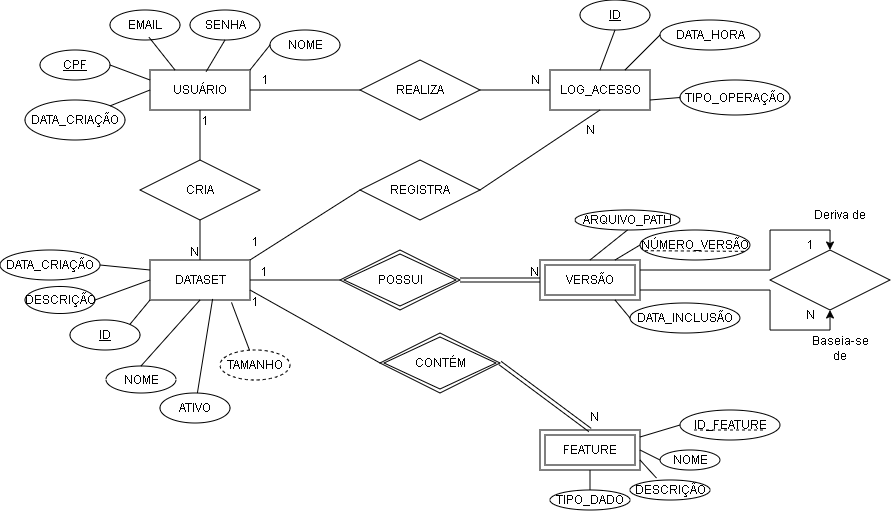
GabrielPaduan/Trabalho_Banco_de_Dados_2026 keeps this draw.io diagram as DOCS/modelo_er.drawio.png. Above is the earlier version. Source tidied: cells renumbered, new cells last; positions are measured from the earlier drawing's top-left corner, leaving out a move shared by most shapes.
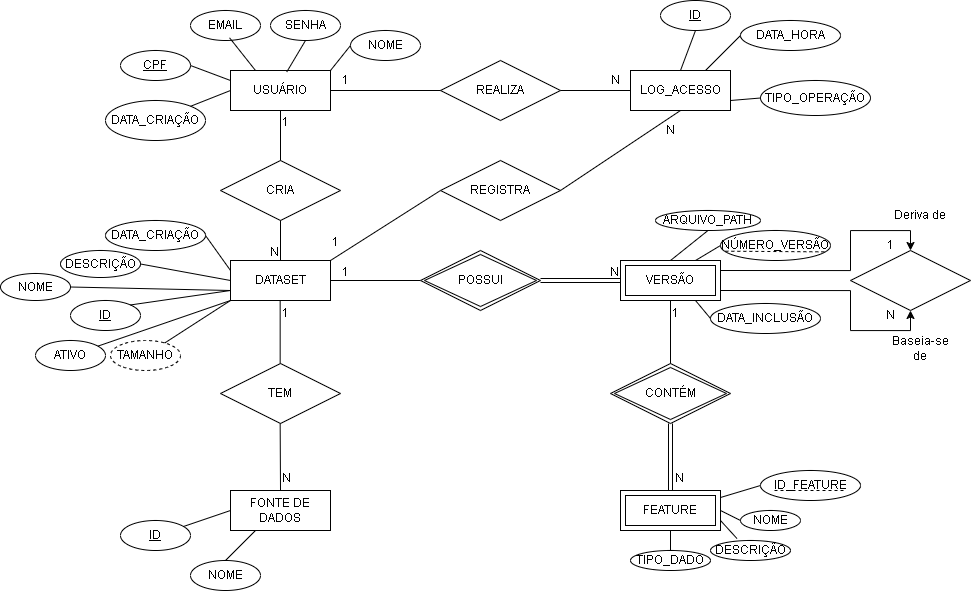
After the change.

The edit, as a diff of the source:
```diff
@@ -85,23 +85,23 @@
       <mxGeometry x="1" relative="1" as="geometry" />
     </mxCell>
     <mxCell id="24" value="FEATURE" style="shape=ext;margin=3;double=1;whiteSpace=wrap;html=1;align=center;" parent="1" vertex="1">
-      <mxGeometry x="540" y="430" width="100" height="40" as="geometry" />
+      <mxGeometry x="540" y="490" width="100" height="40" as="geometry" />
     </mxCell>
     <mxCell id="25" value="POSSUI" style="shape=rhombus;double=1;perimeter=rhombusPerimeter;whiteSpace=wrap;html=1;align=center;" parent="1" vertex="1">
       <mxGeometry x="340" y="250" width="120" height="60" as="geometry" />
     </mxCell>
     <mxCell id="26" value="CONTÉM" style="shape=rhombus;double=1;perimeter=rhombusPerimeter;whiteSpace=wrap;html=1;align=center;" parent="1" vertex="1">
-      <mxGeometry x="380" y="333" width="120" height="60" as="geometry" />
+      <mxGeometry x="530" y="363" width="120" height="60" as="geometry" />
     </mxCell>
-    <mxCell id="27" style="shape=link;html=1;rounded=0;entryX=0.5;entryY=0;entryDx=0;entryDy=0;exitX=1;exitY=0.5;exitDx=0;exitDy=0;" parent="1" edge="1" source="26" target="24">
+    <mxCell id="27" style="shape=link;html=1;rounded=0;entryX=0.5;entryY=0;entryDx=0;entryDy=0;exitX=0.5;exitY=1;exitDx=0;exitDy=0;" parent="1" edge="1" source="26" target="24">
       <mxGeometry relative="1" as="geometry" />
     </mxCell>
     <mxCell id="28" value="N" style="html=1;whiteSpace=wrap;align=right;verticalAlign=bottom;" parent="27" vertex="1">
       <mxGeometry x="1" relative="1" as="geometry">
-        <mxPoint x="10" y="-5" as="offset" />
+        <mxPoint x="15" y="-4" as="offset" />
       </mxGeometry>
     </mxCell>
-    <mxCell id="29" style="endArrow=none;html=1;rounded=0;exitX=0;exitY=0.5;exitDx=0;exitDy=0;entryX=1;entryY=0.75;entryDx=0;entryDy=0;" parent="1" edge="1" source="26" target="2">
+    <mxCell id="29" style="endArrow=none;html=1;rounded=0;exitX=0.5;exitY=0;exitDx=0;exitDy=0;entryX=0.5;entryY=1;entryDx=0;entryDy=0;" parent="1" edge="1" source="26" target="5">
       <mxGeometry relative="1" as="geometry" />
     </mxCell>
     <mxCell id="30" value="1" style="html=1;whiteSpace=wrap;align=right;verticalAlign=bottom;" parent="29" vertex="1">
@@ -158,25 +158,25 @@
       <mxGeometry relative="1" as="geometry" />
     </mxCell>
     <mxCell id="47" value="NOME" style="ellipse;whiteSpace=wrap;html=1;align=center;" parent="1" vertex="1">
-      <mxGeometry x="106" y="366" width="70" height="27" as="geometry" />
+      <mxGeometry x="-80" y="273" width="70" height="27" as="geometry" />
     </mxCell>
-    <mxCell id="48" style="endArrow=none;html=1;rounded=0;exitX=0.5;exitY=0;exitDx=0;exitDy=0;entryX=0.5;entryY=1;entryDx=0;entryDy=0;" parent="1" edge="1" source="47" target="2">
+    <mxCell id="48" style="endArrow=none;html=1;rounded=0;exitX=1;exitY=0.5;exitDx=0;exitDy=0;entryX=0;entryY=0.75;entryDx=0;entryDy=0;" parent="1" edge="1" source="47" target="2">
       <mxGeometry relative="1" as="geometry" />
     </mxCell>
     <mxCell id="49" value="ID" style="ellipse;whiteSpace=wrap;html=1;align=center;fontStyle=4;" parent="1" vertex="1">
-      <mxGeometry x="70" y="320" width="70" height="30" as="geometry" />
+      <mxGeometry x="-10" y="300" width="70" height="30" as="geometry" />
     </mxCell>
-    <mxCell id="50" style="endArrow=none;html=1;rounded=0;exitX=1;exitY=0;exitDx=0;exitDy=0;entryX=0;entryY=1;entryDx=0;entryDy=0;" parent="1" edge="1" source="49" target="2">
+    <mxCell id="50" style="endArrow=none;html=1;rounded=0;exitX=1;exitY=0;exitDx=0;exitDy=0;entryX=0;entryY=0.75;entryDx=0;entryDy=0;" parent="1" edge="1" source="49" target="2">
       <mxGeometry relative="1" as="geometry" />
     </mxCell>
     <mxCell id="51" value="DESCRIÇÃO" style="ellipse;whiteSpace=wrap;html=1;align=center;" parent="1" vertex="1">
-      <mxGeometry x="25" y="286.5" width="70" height="27" as="geometry" />
+      <mxGeometry x="-20" y="250" width="80" height="27" as="geometry" />
     </mxCell>
     <mxCell id="52" style="endArrow=none;html=1;rounded=0;exitX=1;exitY=0.5;exitDx=0;exitDy=0;entryX=0;entryY=0.5;entryDx=0;entryDy=0;" parent="1" edge="1" source="51" target="2">
       <mxGeometry relative="1" as="geometry" />
     </mxCell>
     <mxCell id="53" value="DATA_CRIAÇÃO" style="ellipse;whiteSpace=wrap;html=1;align=center;" parent="1" vertex="1">
-      <mxGeometry y="250" width="100" height="30" as="geometry" />
+      <mxGeometry x="25" y="220" width="100" height="30" as="geometry" />
     </mxCell>
     <mxCell id="54" style="endArrow=none;html=1;rounded=0;exitX=1;exitY=0.5;exitDx=0;exitDy=0;entryX=0;entryY=0.25;entryDx=0;entryDy=0;" parent="1" edge="1" source="53" target="2">
       <mxGeometry relative="1" as="geometry" />
@@ -225,23 +225,23 @@
     </mxCell>
     <mxCell id="69" style="endArrow=none;html=1;rounded=0;entryX=0;entryY=0.5;entryDx=0;entryDy=0;" parent="1" edge="1" target="77">
       <mxGeometry relative="1" as="geometry">
-        <mxPoint x="640" y="437" as="sourcePoint" />
+        <mxPoint x="640" y="497" as="sourcePoint" />
       </mxGeometry>
     </mxCell>
     <mxCell id="70" value="NOME" style="ellipse;whiteSpace=wrap;html=1;align=center;" parent="1" vertex="1">
-      <mxGeometry x="660" y="450" width="60" height="20" as="geometry" />
+      <mxGeometry x="660" y="510" width="60" height="20" as="geometry" />
     </mxCell>
     <mxCell id="71" style="endArrow=none;html=1;rounded=0;entryX=0;entryY=0.5;entryDx=0;entryDy=0;exitX=1;exitY=0.5;exitDx=0;exitDy=0;" parent="1" edge="1" source="24" target="70">
       <mxGeometry relative="1" as="geometry" />
     </mxCell>
     <mxCell id="72" value="DESCRIÇÃO" style="ellipse;whiteSpace=wrap;html=1;align=center;" parent="1" vertex="1">
-      <mxGeometry x="630" y="480" width="80" height="20" as="geometry" />
+      <mxGeometry x="630" y="540" width="80" height="20" as="geometry" />
     </mxCell>
     <mxCell id="73" style="endArrow=none;html=1;rounded=0;entryX=0.331;entryY=-0.098;entryDx=0;entryDy=0;exitX=1;exitY=0.75;exitDx=0;exitDy=0;entryPerimeter=0;" parent="1" edge="1" source="24" target="72">
       <mxGeometry relative="1" as="geometry" />
     </mxCell>
     <mxCell id="74" value="TIPO_DADO" style="ellipse;whiteSpace=wrap;html=1;align=center;" parent="1" vertex="1">
-      <mxGeometry x="550" y="490" width="80" height="20" as="geometry" />
+      <mxGeometry x="550" y="550" width="80" height="20" as="geometry" />
     </mxCell>
     <mxCell id="75" style="endArrow=none;html=1;rounded=0;entryX=0.5;entryY=0;entryDx=0;entryDy=0;exitX=0.5;exitY=1;exitDx=0;exitDy=0;" parent="1" edge="1" source="24" target="74">
       <mxGeometry relative="1" as="geometry" />
@@ -253,25 +253,64 @@
       </mxGeometry>
     </mxCell>
     <mxCell id="77" value="ID_FEATURE" style="ellipse;whiteSpace=wrap;html=1;align=center;" parent="1" vertex="1">
-      <mxGeometry x="680" y="410" width="100" height="30" as="geometry" />
+      <mxGeometry x="680" y="470" width="100" height="30" as="geometry" />
     </mxCell>
     <mxCell id="78" style="endArrow=none;html=1;rounded=0;entryX=0.024;entryY=0.657;entryDx=0;entryDy=0;entryPerimeter=0;dashed=1;" parent="1" edge="1">
       <mxGeometry relative="1" as="geometry">
-        <mxPoint x="763" y="430" as="sourcePoint" />
-        <mxPoint x="693" y="430" as="targetPoint" />
+        <mxPoint x="763" y="490" as="sourcePoint" />
+        <mxPoint x="693" y="490" as="targetPoint" />
       </mxGeometry>
     </mxCell>
     <mxCell id="79" value="ATIVO" style="ellipse;whiteSpace=wrap;html=1;align=center;" parent="1" vertex="1">
-      <mxGeometry x="160" y="393" width="70" height="30" as="geometry" />
+      <mxGeometry x="-45" y="340" width="70" height="30" as="geometry" />
     </mxCell>
-    <mxCell id="80" style="endArrow=none;html=1;rounded=0;entryX=0.626;entryY=0.974;entryDx=0;entryDy=0;entryPerimeter=0;" parent="1" edge="1" source="79" target="2">
+    <mxCell id="80" style="endArrow=none;html=1;rounded=0;entryX=0;entryY=1;entryDx=0;entryDy=0;" parent="1" edge="1" source="79" target="2">
       <mxGeometry relative="1" as="geometry" />
     </mxCell>
     <mxCell id="81" value="TAMANHO" style="ellipse;whiteSpace=wrap;html=1;align=center;dashed=1;" parent="1" vertex="1">
-      <mxGeometry x="220" y="350" width="70" height="30" as="geometry" />
+      <mxGeometry x="30" y="340" width="70" height="30" as="geometry" />
     </mxCell>
-    <mxCell id="82" style="rounded=0;jettySize=auto;html=1;entryX=0.815;entryY=1.06;entryDx=0;entryDy=0;entryPerimeter=0;strokeWidth=1;endArrow=none;endFill=0;" parent="1" edge="1" source="81" target="2">
+    <mxCell id="82" style="rounded=0;jettySize=auto;html=1;strokeWidth=1;endArrow=none;endFill=0;entryX=0;entryY=1;entryDx=0;entryDy=0;" parent="1" edge="1" source="81" target="2">
       <mxGeometry relative="1" as="geometry" />
     </mxCell>
+    <mxCell id="83" value="FONTE DE DADOS" style="whiteSpace=wrap;html=1;align=center;" parent="1" vertex="1">
+      <mxGeometry x="150" y="490" width="100" height="40" as="geometry" />
+    </mxCell>
+    <mxCell id="84" value="TEM" style="shape=rhombus;perimeter=rhombusPerimeter;whiteSpace=wrap;html=1;align=center;" parent="1" vertex="1">
+      <mxGeometry x="140" y="363" width="120" height="60" as="geometry" />
+    </mxCell>
+    <mxCell id="85" style="endArrow=none;html=1;rounded=0;exitX=0.5;exitY=0;exitDx=0;exitDy=0;entryX=0.5;entryY=1;entryDx=0;entryDy=0;" parent="1" edge="1">
+      <mxGeometry relative="1" as="geometry">
+        <mxPoint x="199.7" y="363" as="sourcePoint" />
+        <mxPoint x="199.7" y="300" as="targetPoint" />
+      </mxGeometry>
+    </mxCell>
+    <mxCell id="86" value="1" style="html=1;whiteSpace=wrap;align=right;verticalAlign=bottom;" parent="85" vertex="1">
+      <mxGeometry x="1" relative="1" as="geometry">
+        <mxPoint x="10" y="20" as="offset" />
+      </mxGeometry>
+    </mxCell>
+    <mxCell id="87" style="endArrow=none;html=1;rounded=0;exitX=0.5;exitY=0;exitDx=0;exitDy=0;entryX=0.5;entryY=1;entryDx=0;entryDy=0;" parent="1" edge="1" source="83">
+      <mxGeometry relative="1" as="geometry">
+        <mxPoint x="199.7" y="423" as="targetPoint" />
+      </mxGeometry>
+    </mxCell>
+    <mxCell id="88" value="N" style="html=1;whiteSpace=wrap;align=right;verticalAlign=bottom;" parent="87" vertex="1">
+      <mxGeometry x="1" relative="1" as="geometry">
+        <mxPoint x="12" y="62" as="offset" />
+      </mxGeometry>
+    </mxCell>
+    <mxCell id="89" style="rounded=0;jettySize=auto;html=1;entryX=0;entryY=0.5;entryDx=0;entryDy=0;endArrow=none;endFill=0;" parent="1" edge="1" source="90" target="83">
+      <mxGeometry relative="1" as="geometry" />
+    </mxCell>
+    <mxCell id="90" value="ID" style="ellipse;whiteSpace=wrap;html=1;align=center;fontStyle=4;" parent="1" vertex="1">
+      <mxGeometry x="40" y="520" width="70" height="30" as="geometry" />
+    </mxCell>
+    <mxCell id="91" value="NOME" style="ellipse;whiteSpace=wrap;html=1;align=center;" parent="1" vertex="1">
+      <mxGeometry x="110" y="560" width="70" height="30" as="geometry" />
+    </mxCell>
+    <mxCell id="92" style="rounded=0;jettySize=auto;html=1;entryX=0.25;entryY=1;entryDx=0;entryDy=0;endArrow=none;endFill=0;exitX=0.5;exitY=0;exitDx=0;exitDy=0;" parent="1" edge="1" source="91" target="83">
+      <mxGeometry relative="1" as="geometry" />
+    </mxCell>
   </root>
 </mxGraphModel>
```
